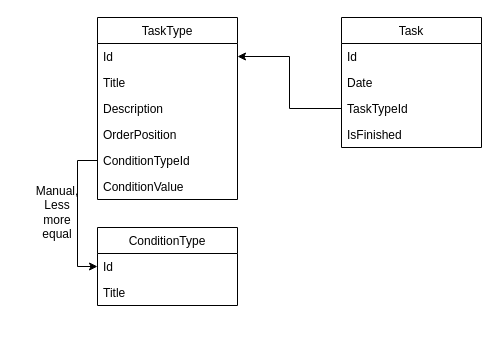
HjalmarAnKrait/Toodle keeps this draw.io diagram as page "База данных" (1 of 2) of ToodleDiagramm.drawio. Above is the earlier version. Source tidied: cells renumbered, new cells numbered last; positions are measured from the earlier drawing's top-left corner, leaving out a move shared by most shapes. Both pictures are drawn from the tidied source at 100%, with x=0, y=0 at pixel (17, 17).
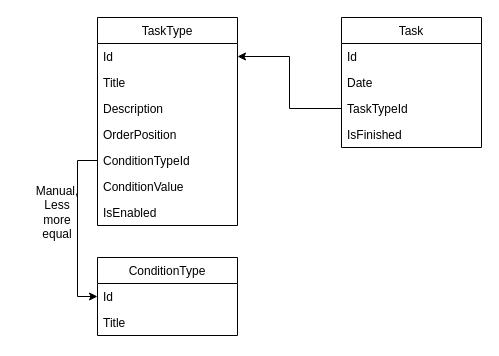
After the change.

What changed in the source:
```diff
@@
     <mxCell id="2" value="TaskType" style="swimlane;fontStyle=0;horizontal=1;startSize=26;fillColor=none;" parent="1" vertex="1">
-      <mxGeometry x="80" width="140" height="182" as="geometry" />
+      <mxGeometry x="80" width="140" height="208" as="geometry" />
     </mxCell>
@@
+    <mxCell id="20" value="IsEnabled" style="text;strokeColor=none;fillColor=none;align=left;verticalAlign=top;spacingLeft=4;spacingRight=4;overflow=hidden;" parent="2" vertex="1">
+      <mxGeometry y="182" width="140" height="26" as="geometry" />
+    </mxCell>
@@
     <mxCell id="15" value="ConditionType" style="swimlane;fontStyle=0;horizontal=1;startSize=26;fillColor=none;" parent="1" vertex="1">
-      <mxGeometry x="80" y="210" width="140" height="78" as="geometry" />
+      <mxGeometry x="80" y="240" width="140" height="78" as="geometry" />
     </mxCell>
```
